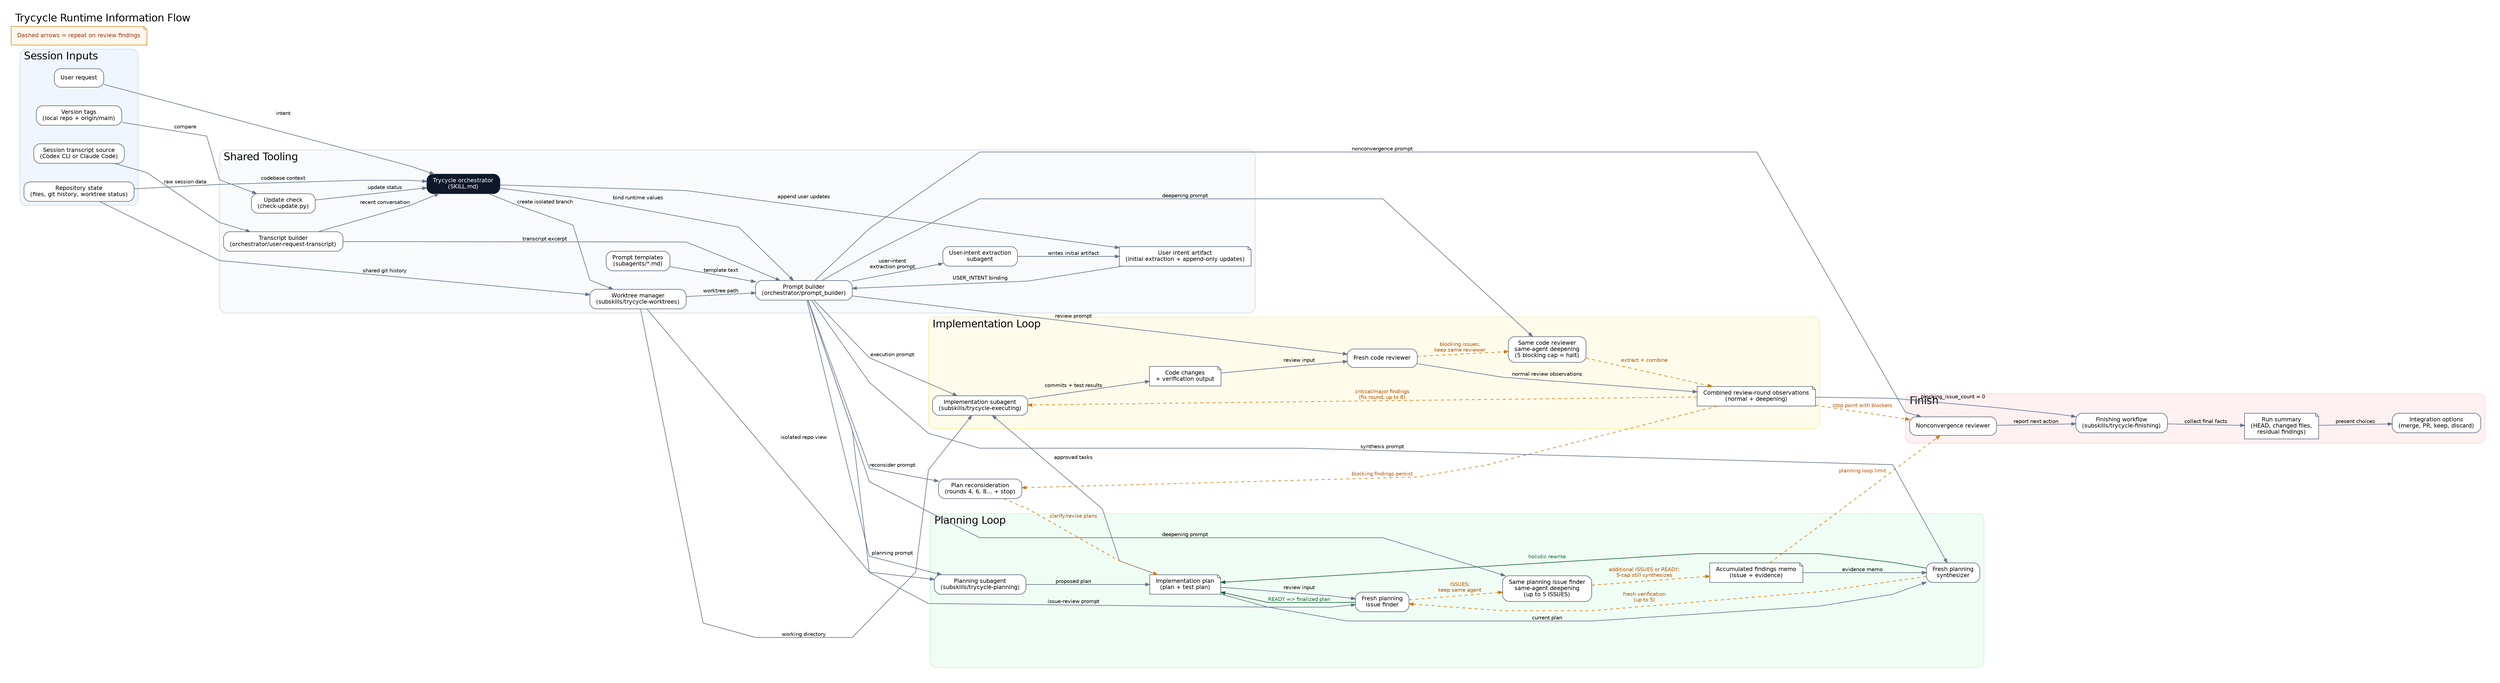
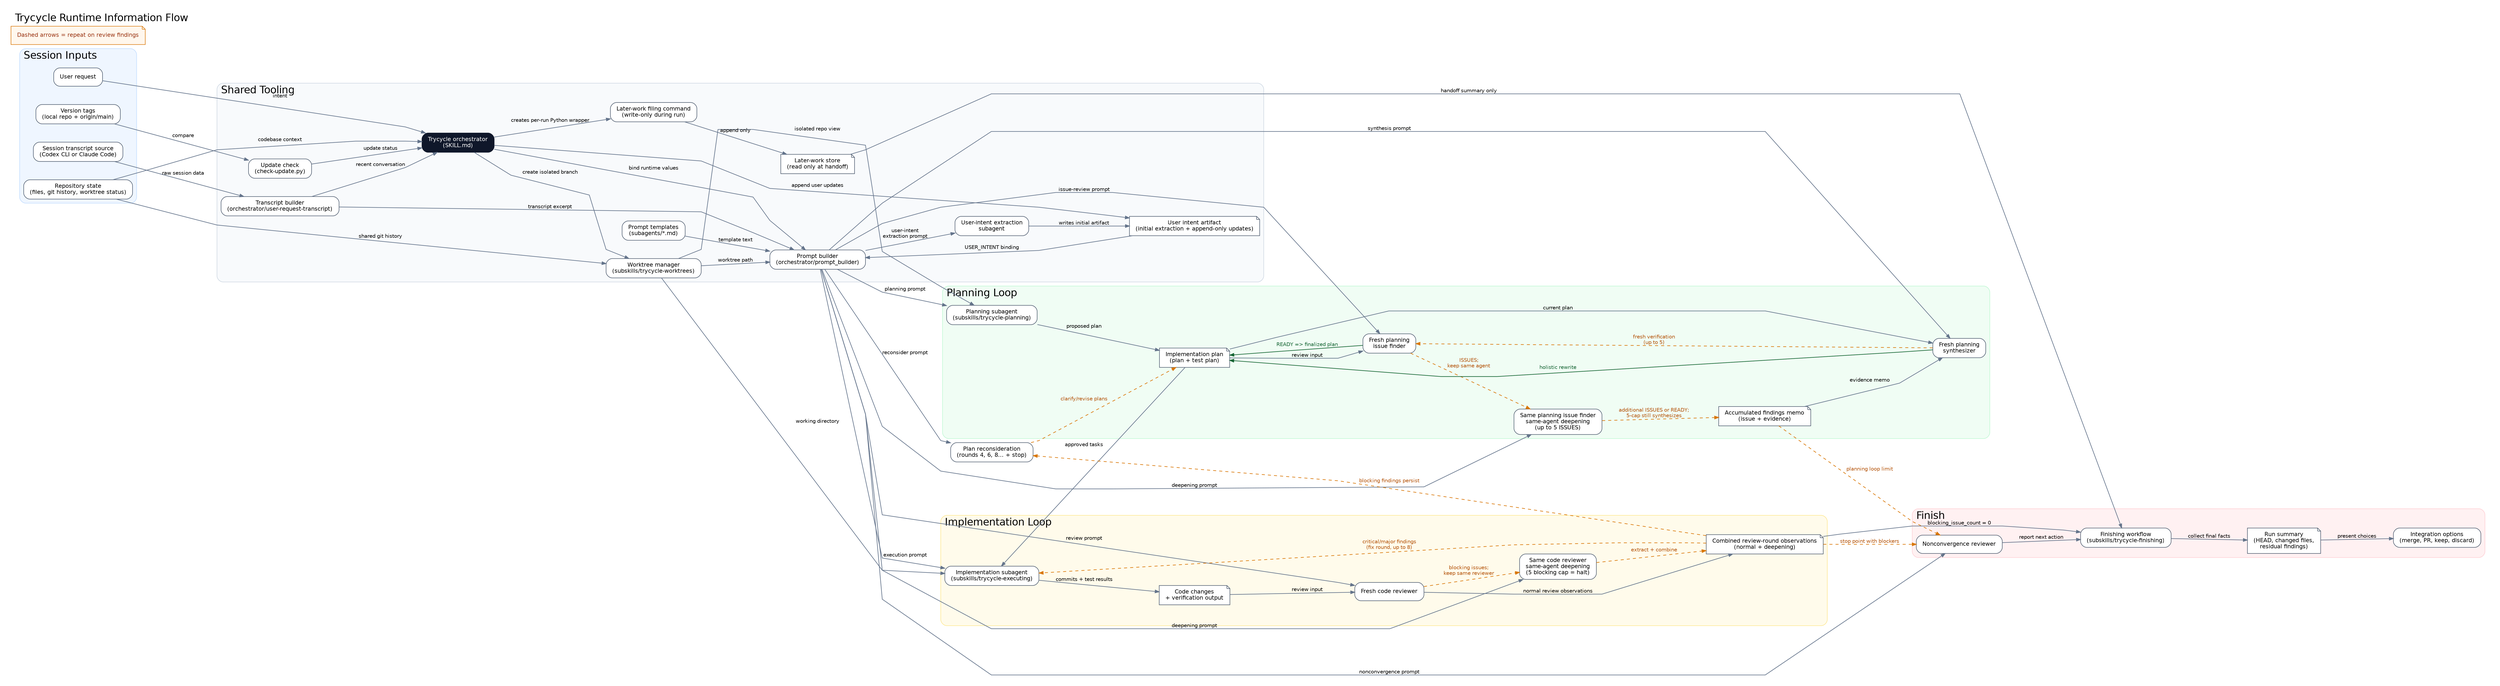
digraph trycycle_information_flow {
  graph [
    label="Trycycle Runtime Information Flow",
    labelloc=t,
    labeljust=l,
    rankdir=LR,
    splines=polyline,
    pad=0.3,
    nodesep=0.5,
    ranksep=0.9,
    bgcolor="white",
    fontname="Helvetica",
    fontsize=20
  ];

  node [
    shape=box,
    style="rounded,filled",
    fontname="Helvetica",
    fontsize=11,
    color="#475569",
    fillcolor="white",
    margin="0.16,0.10"
  ];

  edge [
    fontname="Helvetica",
    fontsize=10,
    color="#64748b",
    arrowsize=0.8,
    penwidth=1.2
  ];

  subgraph cluster_session {
    label="Session Inputs";
    color="#bfdbfe";
    fillcolor="#eff6ff";
    style="rounded,filled";

    user_request [label="User request"];
    repo_state [label="Repository state\n(files, git history, worktree status)"];
    transcript_source [label="Session transcript source\n(Codex CLI or Claude Code)"];
    version_tags [label="Version tags\n(local repo + origin/main)"];
  }

  subgraph cluster_tooling {
    label="Shared Tooling";
    color="#cbd5e1";
    fillcolor="#f8fafc";
    style="rounded,filled";

    orchestrator [
      label="Trycycle orchestrator\n(SKILL.md)",
      fillcolor="#0f172a",
      fontcolor="white",
      color="#0f172a"
    ];
    check_update [label="Update check\n(check-update.py)"];
    transcript_builder [label="Transcript builder\n(orchestrator/user-request-transcript)"];
    prompt_templates [label="Prompt templates\n(subagents/*.md)"];
    prompt_builder [label="Prompt builder\n(orchestrator/prompt_builder)"];
    worktree_manager [label="Worktree manager\n(subskills/trycycle-worktrees)"];
    user_intent_extractor [label="User-intent extraction\nsubagent"];
    user_intent_artifact [
      label="User intent artifact\n(initial extraction + append-only updates)",
      shape=note,
      fillcolor="#ffffff"
    ];
+     later_work_tool [
+       label="Later-work filing command\n(write-only during run)"
+     ];
+     later_work_store [
+       label="Later-work store\n(read only at handoff)",
+       shape=note,
+       fillcolor="#ffffff"
+     ];
  }

  subgraph cluster_planning {
    label="Planning Loop";
    color="#bbf7d0";
    fillcolor="#f0fdf4";
    style="rounded,filled";

    planner [label="Planning subagent\n(subskills/trycycle-planning)"];
    implementation_plan [
      label="Implementation plan\n(plan + test plan)",
      shape=note,
      fillcolor="#ffffff"
    ];
    plan_reviewer [label="Fresh planning\nissue finder"];
    planning_deepening [
      label="Same planning issue finder\nsame-agent deepening\n(up to 5 ISSUES)"
    ];
    planning_findings [
      label="Accumulated findings memo\n(issue + evidence)",
      shape=note,
      fillcolor="#ffffff"
    ];
    plan_synthesizer [label="Fresh planning\nsynthesizer"];
  }

  subgraph cluster_execution {
    label="Implementation Loop";
    color="#fde68a";
    fillcolor="#fffbeb";
    style="rounded,filled";

    executor [label="Implementation subagent\n(subskills/trycycle-executing)"];
    code_artifacts [
      label="Code changes\n+ verification output",
      shape=note,
      fillcolor="#ffffff"
    ];
    post_review [label="Fresh code reviewer"];
    post_review_deepening [
      label="Same code reviewer\nsame-agent deepening\n(5 blocking cap = halt)"
    ];
    review_round_observations [
      label="Combined review-round observations\n(normal + deepening)",
      shape=note,
      fillcolor="#ffffff"
    ];
  }

  subgraph cluster_finish {
    label="Finish";
    color="#fecdd3";
    fillcolor="#fff1f2";
    style="rounded,filled";

    finisher [label="Finishing workflow\n(subskills/trycycle-finishing)"];
    run_summary [
      label="Run summary\n(HEAD, changed files,\nresidual findings)",
      shape=note,
      fillcolor="#ffffff"
    ];
    nonconvergence_review [label="Nonconvergence reviewer"];
    integration [label="Integration options\n(merge, PR, keep, discard)"];
  }

  loop_legend [
    label="Dashed arrows = repeat on review findings",
    shape=note,
    fillcolor="#fff7ed",
    color="#d97706",
    fontcolor="#9a3412"
  ];

  user_request -> orchestrator [label="intent"];
  repo_state -> orchestrator [label="codebase context"];
  version_tags -> check_update [label="compare"];
  check_update -> orchestrator [label="update status"];
  transcript_source -> transcript_builder [label="raw session data"];
  transcript_builder -> orchestrator [label="recent conversation"];

  orchestrator -> worktree_manager [label="create isolated branch"];
  repo_state -> worktree_manager [label="shared git history"];
  orchestrator -> prompt_builder [label="bind runtime values"];
  prompt_templates -> prompt_builder [label="template text"];
  transcript_builder -> prompt_builder [label="transcript excerpt"];
  worktree_manager -> prompt_builder [label="worktree path"];
  prompt_builder -> user_intent_extractor [label="user-intent\nextraction prompt"];
  user_intent_extractor -> user_intent_artifact [label="writes initial artifact"];
  orchestrator -> user_intent_artifact [label="append user updates"];
  user_intent_artifact -> prompt_builder [label="USER_INTENT binding"];
+   orchestrator -> later_work_tool [label="creates per-run Python wrapper"];
+   later_work_tool -> later_work_store [label="append only"];

  prompt_builder -> planner [label="planning prompt"];
  worktree_manager -> planner [label="isolated repo view"];
  planner -> implementation_plan [label="proposed plan"];
  implementation_plan -> plan_reviewer [label="review input"];
  prompt_builder -> plan_reviewer [label="issue-review prompt"];
  plan_reviewer -> planning_deepening [
    label="ISSUES;\nkeep same agent",
    style=dashed,
    color="#d97706",
    fontcolor="#b45309"
  ];
  prompt_builder -> planning_deepening [label="deepening prompt"];
  planning_deepening -> planning_findings [
    label="additional ISSUES or READY;\n5-cap still synthesizes",
    style=dashed,
    color="#d97706",
    fontcolor="#b45309"
  ];
  plan_reviewer -> implementation_plan [
    label="READY => finalized plan",
    color="#166534",
    fontcolor="#166534"
  ];
  planning_findings -> plan_synthesizer [label="evidence memo"];
  implementation_plan -> plan_synthesizer [label="current plan"];
  prompt_builder -> plan_synthesizer [label="synthesis prompt"];
  plan_synthesizer -> implementation_plan [
    label="holistic rewrite",
    color="#166534",
    fontcolor="#166534"
  ];
  plan_synthesizer -> plan_reviewer [
    label="fresh verification\n(up to 5)",
    style=dashed,
    color="#d97706",
    fontcolor="#b45309"
  ];

  implementation_plan -> executor [label="approved tasks"];
  prompt_builder -> executor [label="execution prompt"];
  worktree_manager -> executor [label="working directory"];
  executor -> code_artifacts [label="commits + test results"];
  code_artifacts -> post_review [label="review input"];
  prompt_builder -> post_review [label="review prompt"];
  post_review -> post_review_deepening [
    label="blocking issues;\nkeep same reviewer",
    style=dashed,
    color="#d97706",
    fontcolor="#b45309"
  ];
  prompt_builder -> post_review_deepening [label="deepening prompt"];
  post_review -> review_round_observations [
    label="normal review observations"
  ];
  post_review_deepening -> review_round_observations [
    label="extract + combine",
    style=dashed,
    color="#d97706",
    fontcolor="#b45309"
  ];
  plan_reconsider [
    label="Plan reconsideration\n(rounds 4, 6, 8... + stop)",
    fillcolor="#ffffff"
  ];
  prompt_builder -> plan_reconsider [label="reconsider prompt"];
  review_round_observations -> plan_reconsider [
    label="blocking findings persist",
    style=dashed,
    color="#d97706",
    fontcolor="#b45309"
  ];
  plan_reconsider -> implementation_plan [
    label="clarify/revise plans",
    style=dashed,
    color="#d97706",
    fontcolor="#b45309"
  ];
  review_round_observations -> executor [
    label="critical/major findings\n(fix round, up to 8)",
    style=dashed,
    color="#d97706",
    fontcolor="#b45309"
  ];

  prompt_builder -> nonconvergence_review [label="nonconvergence prompt"];
  planning_findings -> nonconvergence_review [
    label="planning loop limit",
    style=dashed,
    color="#d97706",
    fontcolor="#b45309"
  ];
  review_round_observations -> nonconvergence_review [
    label="stop point with blockers",
    style=dashed,
    color="#d97706",
    fontcolor="#b45309"
  ];
  nonconvergence_review -> finisher [label="report next action"];
+   later_work_store -> finisher [label="handoff summary only"];
  review_round_observations -> finisher [label="blocking_issue_count = 0"];
  finisher -> run_summary [label="collect final facts"];
  run_summary -> integration [label="present choices"];
}
